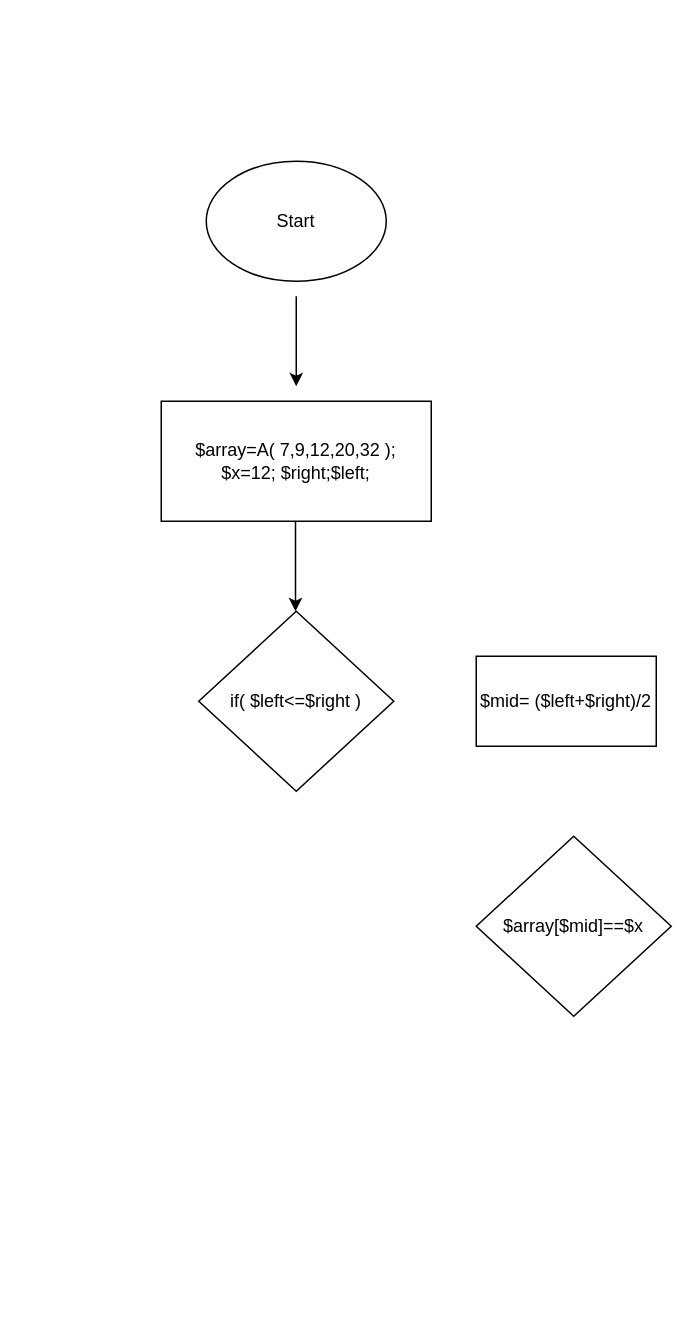
This is page "Binary _Search" (2 of 6) of Untitled Diagram.drawio from Loan060203/flowchart, a draw.io file, before an edit. Source tidied: cells renumbered, new cells numbered last; positions are measured from the earlier drawing's top-left corner, leaving out a move shared by most shapes. Both pictures are drawn from the tidied source at 150%, with x=0, y=0 at pixel (160, 160).
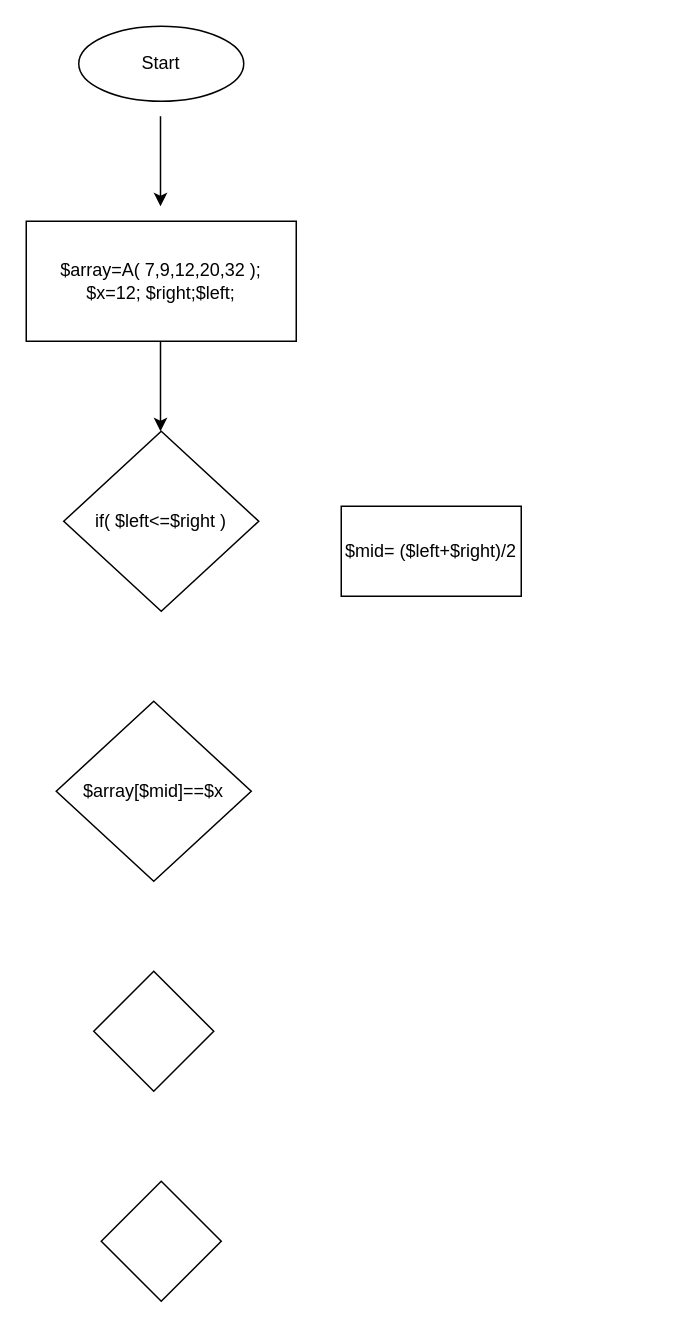
After the change.

The edit, as a diff of the source:
```diff
@@
 <mxGraphModel>
   <root>
     <mxCell id="0" />
     <mxCell id="1" parent="0" />
     <mxCell id="2" value="Start" style="ellipse;whiteSpace=wrap;html=1;" parent="1" vertex="1">
-      <mxGeometry x="30" width="120" height="80" as="geometry" />
+      <mxGeometry x="-55" y="-90" width="110" height="50" as="geometry" />
     </mxCell>
     <mxCell id="3" style="endArrow=classic;html=1;rounded=0;" parent="1" edge="1">
       <mxGeometry relative="1" as="geometry">
-        <mxPoint x="90" y="90" as="sourcePoint" />
-        <mxPoint x="90" y="150" as="targetPoint" />
+        <mxPoint x="-0.5" y="-30" as="sourcePoint" />
+        <mxPoint x="-0.5" y="30" as="targetPoint" />
       </mxGeometry>
     </mxCell>
     <mxCell id="4" value="$array=A( 7,9,12,20,32 );&lt;br&gt;$x=12; $right;$left;" style="rounded=0;whiteSpace=wrap;html=1;" parent="1" vertex="1">
-      <mxGeometry y="160" width="180" height="80" as="geometry" />
+      <mxGeometry x="-90" y="40" width="180" height="80" as="geometry" />
     </mxCell>
     <mxCell id="5" value="if( $left&amp;lt;=$right )" style="rhombus;whiteSpace=wrap;html=1;" parent="1" vertex="1">
-      <mxGeometry x="25" y="300" width="130" height="120" as="geometry" />
+      <mxGeometry x="-65" y="180" width="130" height="120" as="geometry" />
     </mxCell>
     <mxCell id="6" style="endArrow=classic;html=1;rounded=0;" parent="1" edge="1">
       <mxGeometry relative="1" as="geometry">
-        <mxPoint x="89.5" y="240" as="sourcePoint" />
-        <mxPoint x="89.5" y="300" as="targetPoint" />
+        <mxPoint x="-0.5" y="120" as="sourcePoint" />
+        <mxPoint x="-0.5" y="180" as="targetPoint" />
       </mxGeometry>
     </mxCell>
     <mxCell id="7" value="$mid= ($left+$right)/2" style="rounded=0;whiteSpace=wrap;html=1;" parent="1" vertex="1">
-      <mxGeometry x="210" y="330" width="120" height="60" as="geometry" />
+      <mxGeometry x="120" y="230" width="120" height="60" as="geometry" />
     </mxCell>
     <mxCell id="8" value="$array[$mid]==$x" style="rhombus;whiteSpace=wrap;html=1;" parent="1" vertex="1">
-      <mxGeometry x="210" y="450" width="130" height="120" as="geometry" />
+      <mxGeometry x="-70" y="360" width="130" height="120" as="geometry" />
     </mxCell>
+    <mxCell id="9" style="rhombus;whiteSpace=wrap;html=1;" parent="1" vertex="1">
+      <mxGeometry x="-45" y="540" width="80" height="80" as="geometry" />
+    </mxCell>
+    <mxCell id="10" style="rhombus;whiteSpace=wrap;html=1;" parent="1" vertex="1">
+      <mxGeometry x="-40" y="680" width="80" height="80" as="geometry" />
+    </mxCell>
   </root>
 </mxGraphModel>
```
